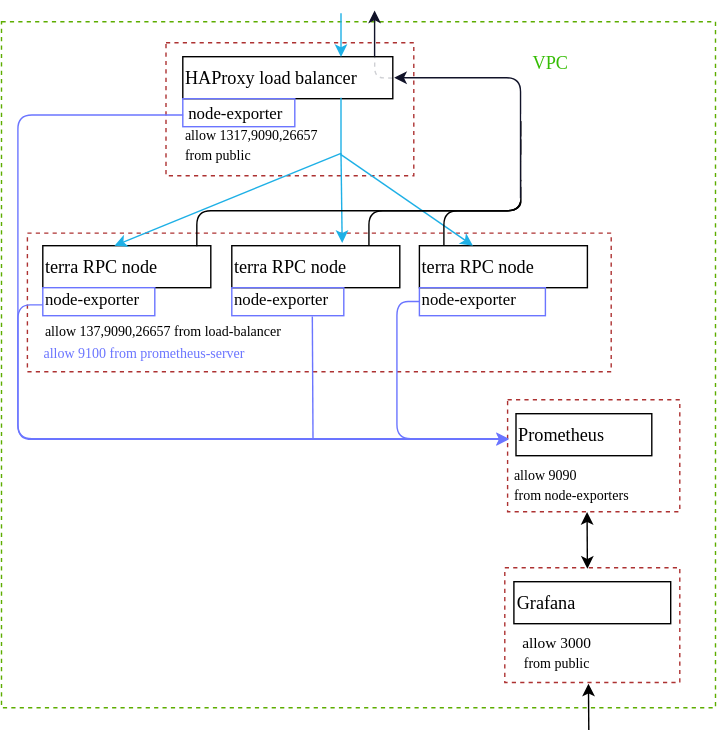
Earlier version of the draw.io export topology.svg (M1meer/terra-rpc-loadbalancing-env). Source tidied: cells renumbered, new cells last; positions are measured from the earlier drawing's top-left corner, leaving out a move shared by most shapes.
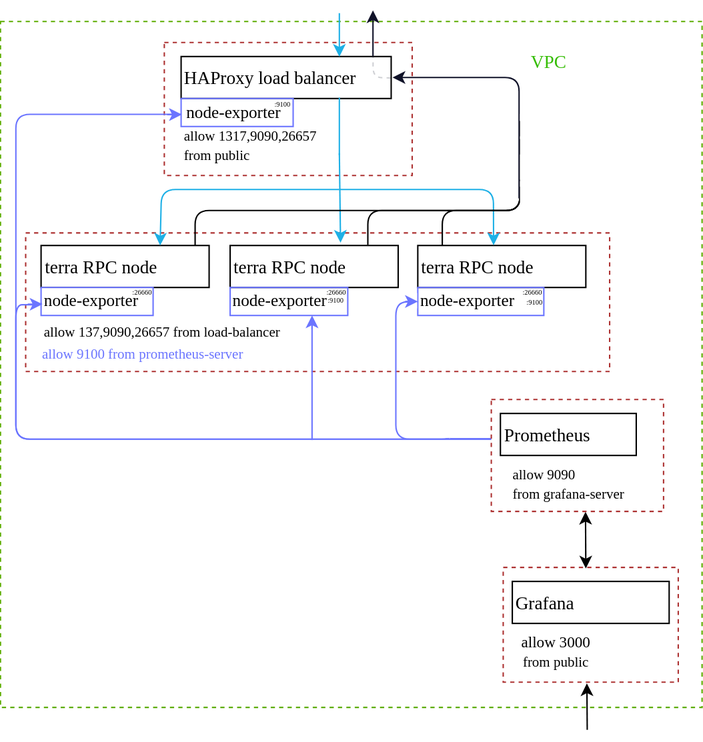
Above is the later version.

Change to the diagram source:
```diff
@@ -2,12 +2,15 @@
   <root>
     <mxCell id="0" />
     <mxCell id="1" parent="0" />
+    <mxCell id="3" style="rounded=0;whiteSpace=wrap;html=1;gradientColor=none;strokeColor=#5DAD00;dashed=1;fillColor=none;" parent="1" vertex="1">
+      <mxGeometry y="8" width="501" height="490" as="geometry" />
+    </mxCell>
+    <mxCell id="8" style="rounded=0;whiteSpace=wrap;html=1;dashed=1;strokeColor=#AD3232;gradientColor=none;fillColor=none;" parent="1" vertex="1">
+      <mxGeometry x="364" y="282" width="99" height="69" as="geometry" />
+    </mxCell>
     <mxCell id="2" style="rounded=0;whiteSpace=wrap;html=1;dashed=1;strokeColor=none;fillColor=#ffffff;gradientColor=none;" parent="1" vertex="1">
       <mxGeometry x="347" y="133" width="43" height="18" as="geometry" />
     </mxCell>
-    <mxCell id="3" style="rounded=0;whiteSpace=wrap;html=1;gradientColor=none;strokeColor=#5DAD00;dashed=1;fillColor=none;" parent="1" vertex="1">
-      <mxGeometry x="-0.5" y="8" width="510" height="490" as="geometry" />
-    </mxCell>
     <mxCell id="4" style="rounded=0;whiteSpace=wrap;html=1;dashed=1;strokeColor=#AD3232;gradientColor=none;fillColor=none;" parent="1" vertex="1">
       <mxGeometry x="18" y="159" width="417" height="99" as="geometry" />
     </mxCell>
@@ -20,24 +23,15 @@
     <mxCell id="7" value="&lt;font face=&quot;Lucida Console&quot;&gt;&lt;span style=&quot;font-size: 11px&quot;&gt;allow 3000&lt;/span&gt;&lt;br&gt;&lt;font style=&quot;font-size: 10px&quot;&gt;from public&lt;/font&gt;&lt;/font&gt;" style="text;html=1;strokeColor=none;fillColor=none;align=center;verticalAlign=middle;whiteSpace=wrap;rounded=0;dashed=1;" parent="1" vertex="1">
       <mxGeometry x="333" y="448" width="125" height="20" as="geometry" />
     </mxCell>
-    <mxCell id="8" style="rounded=0;whiteSpace=wrap;html=1;dashed=1;strokeColor=#AD3232;gradientColor=none;fillColor=none;" parent="1" vertex="1">
-      <mxGeometry x="361" y="278" width="123" height="80" as="geometry" />
-    </mxCell>
     <mxCell id="9" style="rounded=0;whiteSpace=wrap;html=1;fillColor=none;" parent="1" vertex="1">
       <mxGeometry x="129" y="33" width="150" height="30" as="geometry" />
     </mxCell>
-    <mxCell id="10" value="&lt;font face=&quot;Lucida Console&quot; style=&quot;font-size: 13px&quot;&gt;Prometheus&lt;/font&gt;" style="rounded=0;whiteSpace=wrap;html=1;fillColor=none;align=left;" parent="1" vertex="1">
-      <mxGeometry x="367" y="288" width="97" height="30" as="geometry" />
-    </mxCell>
     <mxCell id="11" value="&lt;font face=&quot;Lucida Console&quot; style=&quot;font-size: 13px&quot;&gt;HAProxy load balancer&lt;/font&gt;" style="text;html=1;strokeColor=none;fillColor=none;align=left;verticalAlign=middle;whiteSpace=wrap;rounded=0;" parent="1" vertex="1">
       <mxGeometry x="129" y="38" width="125" height="20" as="geometry" />
     </mxCell>
     <mxCell id="12" value="&lt;font style=&quot;font-size: 13px&quot; color=&quot;#35bd04&quot; face=&quot;Lucida Console&quot;&gt;VPC&lt;/font&gt;" style="text;html=1;strokeColor=none;fillColor=none;align=center;verticalAlign=middle;whiteSpace=wrap;rounded=0;" parent="1" vertex="1">
       <mxGeometry x="287.5" y="14.5" width="208" height="44" as="geometry" />
     </mxCell>
-    <mxCell id="13" value="&lt;font face=&quot;Lucida Console&quot; style=&quot;font-size: 10px ; line-height: 90%&quot;&gt;allow 9090&lt;br&gt;from node-exporters&lt;/font&gt;" style="text;html=1;strokeColor=none;fillColor=none;align=left;verticalAlign=middle;whiteSpace=wrap;rounded=0;" parent="1" vertex="1">
-      <mxGeometry x="364" y="318" width="120" height="40" as="geometry" />
-    </mxCell>
     <mxCell id="14" value="&lt;font face=&quot;Lucida Console&quot; style=&quot;font-size: 13px&quot;&gt;terra RPC node&lt;/font&gt;" style="rounded=0;whiteSpace=wrap;html=1;align=left;" parent="1" vertex="1">
       <mxGeometry x="29" y="168" width="120" height="30" as="geometry" />
     </mxCell>
@@ -51,7 +45,7 @@
       <mxGeometry x="365.5" y="408" width="112" height="30" as="geometry" />
     </mxCell>
     <mxCell id="18" style="rounded=0;whiteSpace=wrap;html=1;strokeColor=#6B75FF;fillColor=none;" parent="1" vertex="1">
-      <mxGeometry x="164" y="198" width="80" height="20" as="geometry" />
+      <mxGeometry x="164" y="198" width="84" height="20" as="geometry" />
     </mxCell>
     <mxCell id="19" style="rounded=0;whiteSpace=wrap;html=1;strokeColor=#6B75FF;fillColor=none;" parent="1" vertex="1">
       <mxGeometry x="298" y="198" width="90" height="20" as="geometry" />
@@ -86,10 +80,13 @@
     <mxCell id="29" value="&lt;font style=&quot;font-size: 10px&quot; face=&quot;Lucida Console&quot;&gt;&lt;font color=&quot;#6b75ff&quot;&gt;allow 9100 from prometheus-server&lt;/font&gt;&lt;br&gt;&lt;/font&gt;" style="text;html=1;" parent="1" vertex="1">
       <mxGeometry x="28" y="231" width="171" height="22" as="geometry" />
     </mxCell>
-    <mxCell id="30" style="endArrow=classic;html=1;entryX=0.421;entryY=0.033;entryDx=0;entryDy=0;entryPerimeter=0;strokeColor=#1EB0E6;" parent="1" edge="1">
+    <mxCell id="30" style="endArrow=classic;html=1;strokeColor=#1EB0E6;" parent="1" edge="1">
       <mxGeometry relative="1" as="geometry">
-        <mxPoint x="242" y="102" as="sourcePoint" />
-        <mxPoint x="80.2" y="168" as="targetPoint" />
+        <mxPoint x="242" y="128" as="sourcePoint" />
+        <mxPoint x="114" y="168" as="targetPoint" />
+        <Array as="points">
+          <mxPoint x="115" y="128" />
+        </Array>
       </mxGeometry>
     </mxCell>
     <mxCell id="31" style="endArrow=none;html=1;strokeColor=#1EB0E6;" parent="1" edge="1">
@@ -103,9 +100,12 @@
         <mxPoint x="242" y="102" as="sourcePoint" />
       </mxGeometry>
     </mxCell>
-    <mxCell id="33" style="endArrow=classic;html=1;strokeColor=#1EB0E6;" parent="1" edge="1" target="16">
+    <mxCell id="33" style="endArrow=classic;html=1;strokeColor=#1EB0E6;entryX=0.451;entryY=-0.004;entryDx=0;entryDy=0;entryPerimeter=0;" parent="1" edge="1" target="16">
       <mxGeometry relative="1" as="geometry">
-        <mxPoint x="242" y="103" as="sourcePoint" />
+        <mxPoint x="242" y="128" as="sourcePoint" />
+        <Array as="points">
+          <mxPoint x="352" y="128" />
+        </Array>
       </mxGeometry>
     </mxCell>
     <mxCell id="34" style="endArrow=classic;html=1;strokeColor=#1EB0E6;" parent="1" edge="1">
@@ -141,31 +141,21 @@
         </Array>
       </mxGeometry>
     </mxCell>
-    <mxCell id="39" style="endArrow=none;html=1;strokeColor=#6B75FF;entryX=0.719;entryY=1.028;entryDx=0;entryDy=0;entryPerimeter=0;" parent="1" edge="1" target="18">
+    <mxCell id="39" style="endArrow=none;html=1;strokeColor=#6B75FF;" parent="1" edge="1" target="70">
       <mxGeometry relative="1" as="geometry">
         <mxPoint x="222" y="306" as="sourcePoint" />
       </mxGeometry>
     </mxCell>
     <mxCell id="40" style="rounded=0;whiteSpace=wrap;html=1;strokeColor=#FFFFFF;" parent="1" vertex="1">
-      <mxGeometry x="318" y="263" width="183" height="6" as="geometry" />
+      <mxGeometry x="318" y="263" width="181" height="6" as="geometry" />
     </mxCell>
-    <mxCell id="41" style="edgeStyle=orthogonalEdgeStyle;elbow=vertical;endArrow=classic;html=1;strokeColor=#6B75FF;" parent="1" edge="1" target="40">
-      <mxGeometry relative="1" as="geometry">
-        <mxPoint x="298" y="208" as="sourcePoint" />
-        <Array as="points">
-          <mxPoint x="282" y="208" />
-          <mxPoint x="282" y="306" />
-          <mxPoint x="325" y="306" />
-          <mxPoint x="325" y="268" />
-        </Array>
-      </mxGeometry>
-    </mxCell>
     <mxCell id="42" style="rounded=0;whiteSpace=wrap;html=1;strokeColor=#FFFFFF;" parent="1" vertex="1">
       <mxGeometry x="292.5" y="268.5" width="42" height="37" as="geometry" />
     </mxCell>
-    <mxCell id="43" style="edgeStyle=orthogonalEdgeStyle;elbow=vertical;endArrow=classic;html=1;strokeColor=#6B75FF;exitX=0;exitY=0.203;exitDx=0;exitDy=0;exitPerimeter=0;entryX=0.009;entryY=0.354;entryDx=0;entryDy=0;entryPerimeter=0;" parent="1" edge="1" source="26" target="8">
+    <mxCell id="43" style="edgeStyle=orthogonalEdgeStyle;elbow=vertical;endArrow=classic;html=1;strokeColor=#6B75FF;exitX=-0.001;exitY=0.183;exitDx=0;exitDy=0;exitPerimeter=0;entryX=0.009;entryY=0.354;entryDx=0;entryDy=0;entryPerimeter=0;" parent="1" edge="1" source="26" target="8">
       <mxGeometry relative="1" as="geometry">
         <Array as="points">
+          <mxPoint x="29" y="210" />
           <mxPoint x="11" y="210" />
           <mxPoint x="11" y="306" />
         </Array>
@@ -180,7 +170,7 @@
       </mxGeometry>
     </mxCell>
     <mxCell id="45" style="rounded=0;whiteSpace=wrap;html=1;dashed=1;strokeColor=none;fillColor=none;gradientColor=none;" parent="1" vertex="1">
-      <mxGeometry x="305.5" y="307.8" width="120" height="60" as="geometry" />
+      <mxGeometry x="301" y="305.3" width="120" height="60" as="geometry" />
     </mxCell>
     <mxCell id="46" style="rounded=0;whiteSpace=wrap;html=1;dashed=1;strokeColor=#FFFFFF;fillColor=#ffffff;gradientColor=none;" parent="1" vertex="1">
       <mxGeometry x="352" y="51" width="41" height="18" as="geometry" />
@@ -227,5 +217,97 @@
         </Array>
       </mxGeometry>
     </mxCell>
+    <mxCell id="57" style="rounded=0;whiteSpace=wrap;html=1;dashed=1;strokeColor=none;fillColor=#ffffff;gradientColor=none;" parent="1" vertex="1">
+      <mxGeometry x="298" y="324.5" width="23" height="17" as="geometry" />
+    </mxCell>
+    <mxCell id="58" style="endArrow=classic;html=1;strokeColor=#6B75FF;" parent="1" edge="1">
+      <mxGeometry relative="1" as="geometry">
+        <mxPoint x="19.5" y="210" as="sourcePoint" />
+        <mxPoint x="30" y="209.9" as="targetPoint" />
+      </mxGeometry>
+    </mxCell>
+    <mxCell id="59" style="endArrow=classic;html=1;strokeColor=#6B75FF;" parent="1" edge="1">
+      <mxGeometry relative="1" as="geometry">
+        <mxPoint x="222.5" y="228" as="sourcePoint" />
+        <mxPoint x="222.5" y="218" as="targetPoint" />
+      </mxGeometry>
+    </mxCell>
+    <mxCell id="60" style="endArrow=none;html=1;strokeColor=#6B75FF;" parent="1" edge="1">
+      <mxGeometry relative="1" as="geometry">
+        <mxPoint x="321" y="306" as="sourcePoint" />
+        <mxPoint x="361" y="306" as="targetPoint" />
+      </mxGeometry>
+    </mxCell>
+    <mxCell id="61" style="rounded=0;whiteSpace=wrap;html=1;dashed=1;strokeColor=none;fillColor=#ffffff;gradientColor=none;" parent="1" vertex="1">
+      <mxGeometry x="158.5" y="361.5" width="47" height="22" as="geometry" />
+    </mxCell>
+    <mxCell id="62" style="rounded=0;whiteSpace=wrap;html=1;dashed=1;strokeColor=none;fillColor=#ffffff;gradientColor=none;" parent="1" vertex="1">
+      <mxGeometry x="351" y="301" width="12" height="13" as="geometry" />
+    </mxCell>
+    <mxCell id="63" style="rounded=0;whiteSpace=wrap;html=1;dashed=1;strokeColor=none;fillColor=#ffffff;gradientColor=none;" parent="1" vertex="1">
+      <mxGeometry x="350.5" y="276" width="141" height="81" as="geometry" />
+    </mxCell>
+    <mxCell id="10" value="&lt;font face=&quot;Lucida Console&quot; style=&quot;font-size: 13px&quot;&gt;Prometheus&lt;/font&gt;" style="rounded=0;whiteSpace=wrap;html=1;fillColor=none;align=left;" parent="1" vertex="1">
+      <mxGeometry x="357" y="288" width="97" height="30" as="geometry" />
+    </mxCell>
+    <mxCell id="13" value="&lt;font face=&quot;Lucida Console&quot; style=&quot;font-size: 10px ; line-height: 90%&quot;&gt;allow 9090&lt;br&gt;from grafana-server&lt;/font&gt;" style="text;html=1;strokeColor=none;fillColor=none;align=left;verticalAlign=middle;whiteSpace=wrap;rounded=0;" parent="1" vertex="1">
+      <mxGeometry x="364" y="318" width="120" height="40" as="geometry" />
+    </mxCell>
+    <mxCell id="64" style="rounded=0;whiteSpace=wrap;html=1;dashed=1;strokeColor=#AD3232;gradientColor=none;fillColor=none;" parent="1" vertex="1">
+      <mxGeometry x="350.5" y="278" width="123" height="80" as="geometry" />
+    </mxCell>
+    <mxCell id="65" value="&lt;font face=&quot;Lucida Console&quot; style=&quot;font-size: 5px&quot;&gt;:26660&lt;/font&gt;" style="text;html=1;strokeColor=none;fillColor=none;align=right;verticalAlign=middle;whiteSpace=wrap;rounded=0;dashed=1;" parent="1" vertex="1">
+      <mxGeometry x="371" y="193" width="17" height="11" as="geometry" />
+    </mxCell>
+    <mxCell id="66" value="&lt;font face=&quot;Lucida Console&quot; style=&quot;font-size: 5px&quot;&gt;:26660&lt;/font&gt;" style="text;html=1;strokeColor=none;fillColor=none;align=right;verticalAlign=middle;whiteSpace=wrap;rounded=0;dashed=1;" parent="1" vertex="1">
+      <mxGeometry x="231" y="193" width="17" height="11" as="geometry" />
+    </mxCell>
+    <mxCell id="67" value="&lt;font face=&quot;Lucida Console&quot; style=&quot;font-size: 5px&quot;&gt;:26660&lt;/font&gt;" style="text;html=1;strokeColor=none;fillColor=none;align=right;verticalAlign=middle;whiteSpace=wrap;rounded=0;dashed=1;" parent="1" vertex="1">
+      <mxGeometry x="92" y="192.5" width="17" height="11" as="geometry" />
+    </mxCell>
+    <mxCell id="68" value="&lt;font face=&quot;Lucida Console&quot; style=&quot;font-size: 5px&quot;&gt;:9100&lt;/font&gt;" style="text;html=1;strokeColor=none;fillColor=none;align=right;verticalAlign=middle;whiteSpace=wrap;rounded=0;dashed=1;" parent="1" vertex="1">
+      <mxGeometry x="371" y="200" width="17" height="11" as="geometry" />
+    </mxCell>
+    <mxCell id="69" value="&lt;font face=&quot;Lucida Console&quot; style=&quot;font-size: 5px&quot;&gt;:9100&lt;/font&gt;" style="text;html=1;strokeColor=none;fillColor=none;align=right;verticalAlign=middle;whiteSpace=wrap;rounded=0;dashed=1;" parent="1" vertex="1">
+      <mxGeometry x="229.5" y="198.5" width="17" height="11" as="geometry" />
+    </mxCell>
+    <mxCell id="70" style="line;strokeWidth=1;direction=south;html=1;fillColor=none;strokeColor=#6B75FF;" parent="1" vertex="1">
+      <mxGeometry x="217.5" y="224" width="10" height="83" as="geometry" />
+    </mxCell>
+    <mxCell id="71" style="endArrow=classic;html=1;strokeColor=#6B75FF;" parent="1" edge="1">
+      <mxGeometry relative="1" as="geometry">
+        <mxPoint x="119" y="74.5" as="sourcePoint" />
+        <mxPoint x="129.5" y="74.4" as="targetPoint" />
+      </mxGeometry>
+    </mxCell>
+    <mxCell id="72" value="&lt;font face=&quot;Lucida Console&quot; style=&quot;font-size: 5px&quot;&gt;:9100&lt;/font&gt;" style="text;html=1;strokeColor=none;fillColor=none;align=right;verticalAlign=middle;whiteSpace=wrap;rounded=0;dashed=1;" parent="1" vertex="1">
+      <mxGeometry x="191.5" y="58.5" width="17" height="11" as="geometry" />
+    </mxCell>
+    <mxCell id="73" style="rounded=0;whiteSpace=wrap;html=1;strokeColor=none;" parent="1" vertex="1">
+      <mxGeometry x="279" y="206" width="9" height="4" as="geometry" />
+    </mxCell>
+    <mxCell id="41" style="edgeStyle=orthogonalEdgeStyle;elbow=vertical;endArrow=classic;html=1;strokeColor=#6B75FF;" parent="1" edge="1" target="40">
+      <mxGeometry relative="1" as="geometry">
+        <mxPoint x="298" y="208" as="sourcePoint" />
+        <Array as="points">
+          <mxPoint x="282" y="208" />
+          <mxPoint x="282" y="306" />
+          <mxPoint x="325" y="306" />
+          <mxPoint x="325" y="268" />
+        </Array>
+      </mxGeometry>
+    </mxCell>
+    <mxCell id="74" style="rounded=0;whiteSpace=wrap;html=1;strokeColor=none;" parent="1" vertex="1">
+      <mxGeometry x="293.5" y="202" width="4" height="11" as="geometry" />
+    </mxCell>
+    <mxCell id="75" style="endArrow=classic;html=1;strokeColor=#6B75FF;" parent="1" edge="1">
+      <mxGeometry relative="1" as="geometry">
+        <mxPoint x="289" y="208" as="sourcePoint" />
+        <mxPoint x="298" y="208" as="targetPoint" />
+      </mxGeometry>
+    </mxCell>
+    <mxCell id="76" style="rounded=0;whiteSpace=wrap;html=1;dashed=1;strokeColor=none;strokeWidth=1;fillColor=#ffffff;gradientColor=none;" parent="1" vertex="1">
+      <mxGeometry x="297.5" y="267.5" width="46" height="38" as="geometry" />
+    </mxCell>
   </root>
 </mxGraphModel>
```
